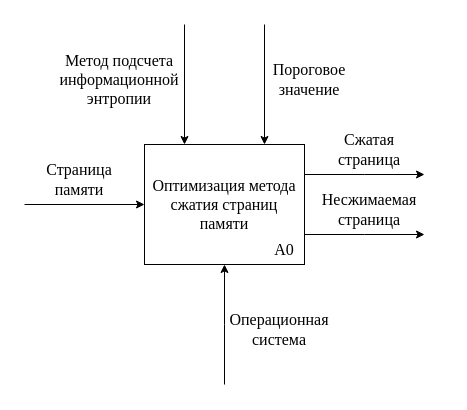
Earlier version of the draw.io diagram docs/diploma/schemes/zero-level.drawio (hamzreg/bmstu-diploma). Source tidied: cells renumbered, new cells numbered last; positions are measured from the earlier drawing's top-left corner, leaving out a move shared by most shapes. Both pictures are drawn from the tidied source at 100%, with x=0, y=0 at pixel (24, 24).
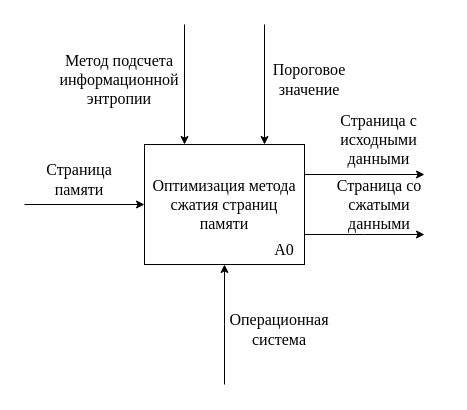
Above is the later version.

The edit, as a diff of the source:
```diff
@@
 <mxGraphModel>
   <root>
     <mxCell id="0" />
     <mxCell id="1" parent="0" />
     <mxCell id="2" style="edgeStyle=orthogonalEdgeStyle;rounded=0;jettySize=auto;html=1;exitX=0;exitY=0.5;exitDx=0;exitDy=0;startArrow=classic;startFill=1;endArrow=none;endFill=0;" parent="1" edge="1" source="8">
       <mxGeometry relative="1" as="geometry">
         <mxPoint y="180" as="targetPoint" />
       </mxGeometry>
     </mxCell>
     <mxCell id="3" style="edgeStyle=orthogonalEdgeStyle;rounded=0;jettySize=auto;html=1;exitX=1;exitY=0.25;exitDx=0;exitDy=0;" parent="1" edge="1" source="8">
       <mxGeometry relative="1" as="geometry">
         <mxPoint x="400" y="150" as="targetPoint" />
       </mxGeometry>
     </mxCell>
     <mxCell id="4" style="edgeStyle=orthogonalEdgeStyle;rounded=0;jettySize=auto;html=1;exitX=1;exitY=0.75;exitDx=0;exitDy=0;" parent="1" edge="1" source="8">
       <mxGeometry relative="1" as="geometry">
         <mxPoint x="400" y="210" as="targetPoint" />
       </mxGeometry>
     </mxCell>
     <mxCell id="5" style="edgeStyle=orthogonalEdgeStyle;rounded=0;jettySize=auto;html=1;exitX=0.5;exitY=1;exitDx=0;exitDy=0;startArrow=classic;startFill=1;endArrow=none;endFill=0;" parent="1" edge="1" source="8">
       <mxGeometry relative="1" as="geometry">
         <mxPoint x="200" y="360" as="targetPoint" />
       </mxGeometry>
     </mxCell>
     <mxCell id="6" style="edgeStyle=orthogonalEdgeStyle;rounded=0;jettySize=auto;html=1;exitX=0.75;exitY=0;exitDx=0;exitDy=0;startArrow=classic;startFill=1;endArrow=none;endFill=0;" parent="1" edge="1" source="8">
       <mxGeometry relative="1" as="geometry">
         <mxPoint x="240" as="targetPoint" />
       </mxGeometry>
     </mxCell>
     <mxCell id="7" style="edgeStyle=orthogonalEdgeStyle;rounded=0;jettySize=auto;html=1;exitX=0.25;exitY=0;exitDx=0;exitDy=0;startArrow=classic;startFill=1;endArrow=none;endFill=0;" parent="1" edge="1" source="8">
       <mxGeometry relative="1" as="geometry">
         <mxPoint x="160" as="targetPoint" />
       </mxGeometry>
     </mxCell>
     <mxCell id="8" value="Оптимизация метода сжатия страниц памяти" style="rounded=0;whiteSpace=wrap;html=1;fontFamily=Times New Roman;fontSize=16;" parent="1" vertex="1">
       <mxGeometry x="120" y="120" width="160" height="120" as="geometry" />
     </mxCell>
     <mxCell id="9" value="A0" style="text;html=1;strokeColor=none;fillColor=none;align=center;verticalAlign=middle;whiteSpace=wrap;rounded=0;fontFamily=Times New Roman;fontSize=16;" parent="1" vertex="1">
       <mxGeometry x="230" y="210" width="60" height="30" as="geometry" />
     </mxCell>
     <mxCell id="10" value="Страница памяти" style="text;html=1;strokeColor=none;fillColor=none;align=center;verticalAlign=middle;whiteSpace=wrap;rounded=0;fontFamily=Times New Roman;fontSize=16;" parent="1" vertex="1">
       <mxGeometry y="140" width="110" height="30" as="geometry" />
     </mxCell>
-    <mxCell id="11" value="Cжатая страница" style="text;html=1;strokeColor=none;fillColor=none;align=center;verticalAlign=middle;whiteSpace=wrap;rounded=0;fontFamily=Times New Roman;fontSize=16;" parent="1" vertex="1">
-      <mxGeometry x="290" y="110" width="110" height="30" as="geometry" />
-    </mxCell>
-    <mxCell id="12" value="Несжимаемая страница" style="text;html=1;strokeColor=none;fillColor=none;align=center;verticalAlign=middle;whiteSpace=wrap;rounded=0;fontFamily=Times New Roman;fontSize=16;" parent="1" vertex="1">
-      <mxGeometry x="265" y="170" width="160" height="30" as="geometry" />
-    </mxCell>
     <mxCell id="13" value="Операционная система" style="text;html=1;strokeColor=none;fillColor=none;align=center;verticalAlign=middle;whiteSpace=wrap;rounded=0;fontFamily=Times New Roman;fontSize=16;" parent="1" vertex="1">
       <mxGeometry x="200" y="290" width="110" height="30" as="geometry" />
     </mxCell>
     <mxCell id="14" value="Пороговое значение" style="text;html=1;strokeColor=none;fillColor=none;align=center;verticalAlign=middle;whiteSpace=wrap;rounded=0;fontFamily=Times New Roman;fontSize=16;" parent="1" vertex="1">
       <mxGeometry x="240" y="40" width="90" height="30" as="geometry" />
     </mxCell>
     <mxCell id="15" value="Метод подсчета информационной энтропии" style="text;html=1;strokeColor=none;fillColor=none;align=center;verticalAlign=middle;whiteSpace=wrap;rounded=0;fontFamily=Times New Roman;fontSize=16;" parent="1" vertex="1">
       <mxGeometry x="50" y="40" width="90" height="30" as="geometry" />
     </mxCell>
+    <mxCell id="16" value="Страница с исходными данными" style="text;html=1;strokeColor=none;fillColor=none;align=center;verticalAlign=middle;whiteSpace=wrap;rounded=0;fontFamily=Times New Roman;fontSize=16;" parent="1" vertex="1">
+      <mxGeometry x="297" y="100" width="115" height="30" as="geometry" />
+    </mxCell>
+    <mxCell id="17" value="Страница со сжатыми данными" style="text;html=1;strokeColor=none;fillColor=none;align=center;verticalAlign=middle;whiteSpace=wrap;rounded=0;fontFamily=Times New Roman;fontSize=16;" parent="1" vertex="1">
+      <mxGeometry x="299.5" y="165" width="110" height="30" as="geometry" />
+    </mxCell>
   </root>
 </mxGraphModel>
```
